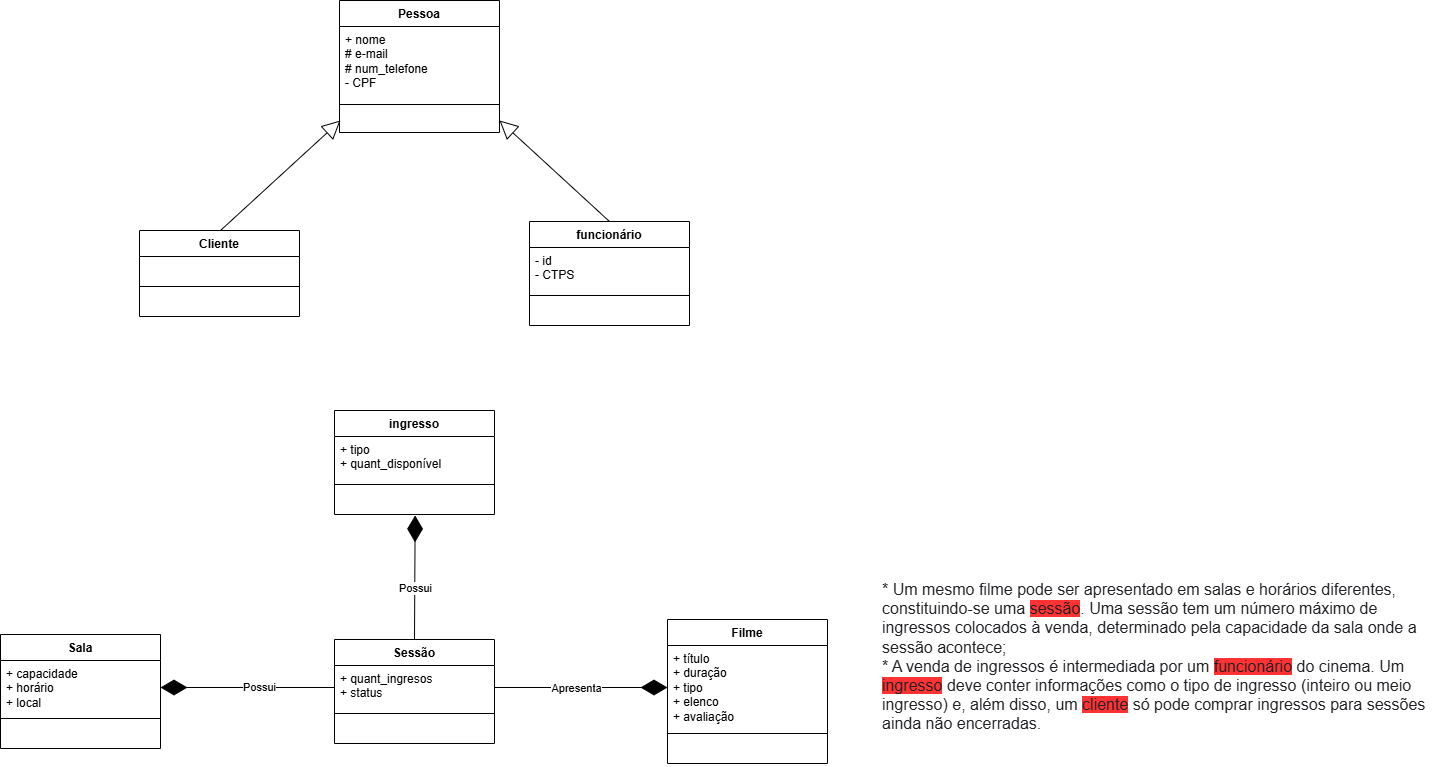
Earlier version of the draw.io export APOO/cinema_diagrama_classe.png (joao-marcos-azvd/Estudos-de-programacao). Source tidied: cells renumbered, new cells last; positions are measured from the earlier drawing's top-left corner, leaving out a move shared by most shapes.
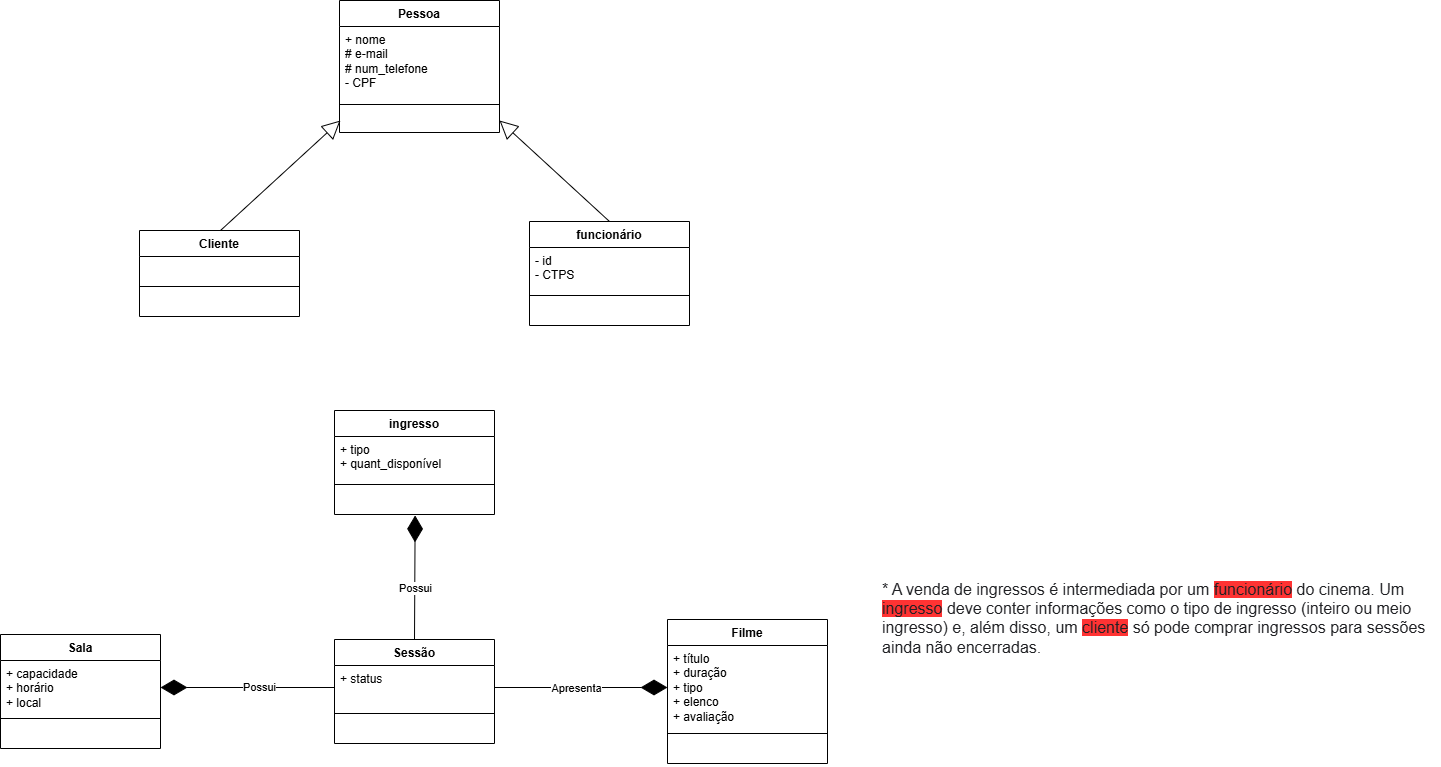
Later version of the same file.

Diff of the diagram source:
```diff
@@ -2,7 +2,7 @@
   <root>
     <mxCell id="0" />
     <mxCell id="1" parent="0" />
-    <mxCell id="2" value="&lt;div style=&quot;color: rgb(32, 33, 36); font-family: docs-Roboto, Helvetica, Arial, sans-serif; font-size: 16px; font-style: normal; font-variant-ligatures: normal; font-variant-caps: normal; font-weight: 400; letter-spacing: normal; orphans: 2; text-align: start; text-indent: 0px; text-transform: none; widows: 2; word-spacing: 0px; -webkit-text-stroke-width: 0px; white-space: normal; background-color: rgb(255, 255, 255); text-decoration-thickness: initial; text-decoration-style: initial; text-decoration-color: initial;&quot;&gt;* Um mesmo filme pode ser apresentado em salas e horários diferentes, constituindo-se uma &lt;span style=&quot;background-color: rgb(255, 51, 51);&quot;&gt;sessão&lt;/span&gt;.&amp;nbsp;Uma sessão tem um número máximo de ingressos colocados à venda, determinado pela capacidade da sala onde a sessão acontece;&amp;nbsp;&lt;/div&gt;&lt;div style=&quot;color: rgb(32, 33, 36); font-family: docs-Roboto, Helvetica, Arial, sans-serif; font-size: 16px; font-style: normal; font-variant-ligatures: normal; font-variant-caps: normal; font-weight: 400; letter-spacing: normal; orphans: 2; text-align: start; text-indent: 0px; text-transform: none; widows: 2; word-spacing: 0px; -webkit-text-stroke-width: 0px; white-space: normal; text-decoration-thickness: initial; text-decoration-style: initial; text-decoration-color: initial;&quot;&gt;&lt;span style=&quot;background-color: rgb(255, 255, 255);&quot;&gt;* A venda de ingressos é intermediada por um &lt;/span&gt;&lt;span style=&quot;background-color: rgb(255, 51, 51);&quot;&gt;funcionário&lt;/span&gt;&lt;span style=&quot;background-color: rgb(255, 255, 255);&quot;&gt; do cinema. Um &lt;/span&gt;&lt;span style=&quot;background-color: rgb(255, 51, 51);&quot;&gt;ingresso&lt;/span&gt;&lt;span style=&quot;background-color: rgb(255, 255, 255);&quot;&gt; deve conter informações como o tipo de ingresso (inteiro ou meio ingresso) e, além disso, um &lt;/span&gt;&lt;span style=&quot;background-color: rgb(255, 51, 51);&quot;&gt;cliente&lt;/span&gt;&lt;span style=&quot;background-color: rgb(255, 255, 255);&quot;&gt; só pode comprar ingressos para sessões ainda não encerradas.&amp;nbsp; &amp;nbsp;&lt;/span&gt;&lt;/div&gt;" style="text;whiteSpace=wrap;html=1;" parent="1" vertex="1">
+    <mxCell id="2" value="&lt;div style=&quot;color: rgb(32, 33, 36); font-family: docs-Roboto, Helvetica, Arial, sans-serif; font-size: 16px; font-style: normal; font-variant-ligatures: normal; font-variant-caps: normal; font-weight: 400; letter-spacing: normal; orphans: 2; text-align: start; text-indent: 0px; text-transform: none; widows: 2; word-spacing: 0px; -webkit-text-stroke-width: 0px; white-space: normal; background-color: rgb(255, 255, 255); text-decoration-thickness: initial; text-decoration-style: initial; text-decoration-color: initial;&quot;&gt;* A venda de ingressos é intermediada por um &lt;span style=&quot;background-color: rgb(255, 51, 51);&quot;&gt;funcionário&lt;/span&gt; do cinema. Um &lt;span style=&quot;background-color: rgb(255, 51, 51);&quot;&gt;ingresso&lt;/span&gt; deve conter informações como o tipo de ingresso (inteiro ou meio ingresso) e, além disso, um &lt;span style=&quot;background-color: rgb(255, 51, 51);&quot;&gt;cliente&lt;/span&gt; só pode comprar ingressos para sessões ainda não encerradas.&amp;nbsp; &amp;nbsp;&lt;/div&gt;" style="text;whiteSpace=wrap;html=1;" parent="1" vertex="1">
       <mxGeometry x="880" y="573" width="560" height="170" as="geometry" />
     </mxCell>
     <mxCell id="3" value="Sala" style="swimlane;fontStyle=1;align=center;verticalAlign=top;horizontal=1;startSize=26;whiteSpace=wrap;html=1;" parent="1" vertex="1">
@@ -80,7 +80,7 @@
     <mxCell id="27" value="Sessão" style="swimlane;fontStyle=1;align=center;verticalAlign=top;horizontal=1;startSize=26;whiteSpace=wrap;html=1;" parent="1" vertex="1">
       <mxGeometry x="334" y="639" width="160" height="104" as="geometry" />
     </mxCell>
-    <mxCell id="28" value="+ quant_ingresos&lt;div&gt;+ status&lt;/div&gt;&lt;div&gt;&lt;br&gt;&lt;/div&gt;" style="text;strokeColor=none;fillColor=none;align=left;verticalAlign=top;spacingLeft=4;spacingRight=4;overflow=hidden;points=[[0,0.5],[1,0.5]];portConstraint=eastwest;whiteSpace=wrap;html=1;" parent="27" vertex="1">
+    <mxCell id="28" value="&lt;div&gt;+ status&lt;/div&gt;&lt;div&gt;&lt;br&gt;&lt;/div&gt;" style="text;strokeColor=none;fillColor=none;align=left;verticalAlign=top;spacingLeft=4;spacingRight=4;overflow=hidden;points=[[0,0.5],[1,0.5]];portConstraint=eastwest;whiteSpace=wrap;html=1;" parent="27" vertex="1">
       <mxGeometry y="26" width="160" height="44" as="geometry" />
     </mxCell>
     <mxCell id="29" style="line;strokeWidth=1;fillColor=none;align=left;verticalAlign=middle;spacingTop=-1;spacingLeft=3;spacingRight=3;labelPosition=right;strokeColor=inherit;" parent="27" vertex="1">
```
